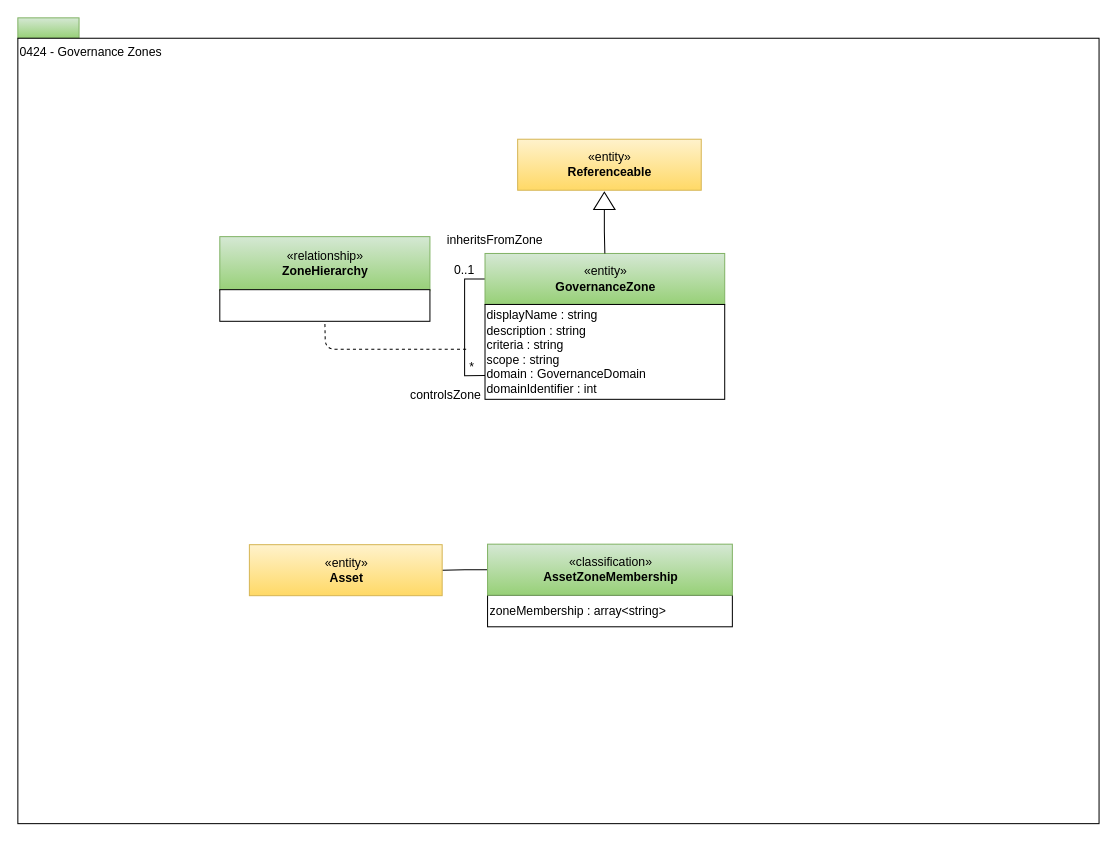
Earlier version of the draw.io diagram page "0424-Governance-Zones" (10 of 28) of open-metadata-publication/website/open-metadata-types/area-4-governance.drawio (odpi/egeria). Source tidied: cells renumbered, new cells numbered last; positions are measured from the earlier drawing's top-left corner, leaving out a move shared by most shapes. Both pictures are drawn from the tidied source at 102%, with x=0, y=0 at pixel (17, 17).
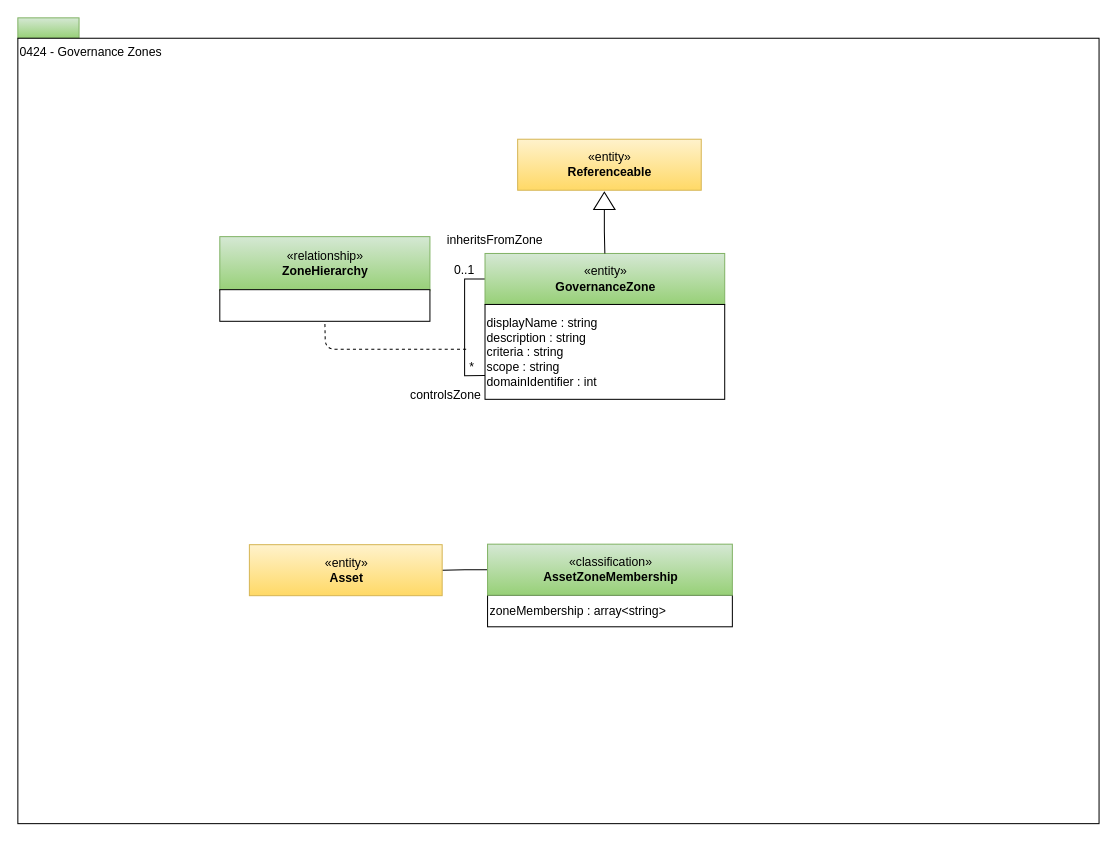
Above is the later version.

Change to the diagram source:
```diff
@@
-    <mxCell id="13" value="displayName : string&lt;br&gt;description : string&lt;br&gt;criteria : string&lt;br&gt;scope : string&lt;br&gt;domain : GovernanceDomain&lt;br&gt;domainIdentifier : int" style="rounded=0;whiteSpace=wrap;html=1;strokeColor=#000000;gradientColor=#ffffff;align=left;" parent="1" vertex="1">
+    <mxCell id="13" value="displayName : string&lt;br&gt;description : string&lt;br&gt;criteria : string&lt;br&gt;scope : string&lt;br&gt;domainIdentifier : int" style="rounded=0;whiteSpace=wrap;html=1;strokeColor=#000000;gradientColor=#ffffff;align=left;" parent="1" vertex="1">
       <mxGeometry x="458" y="281" width="235" height="93" as="geometry" />
     </mxCell>
```
